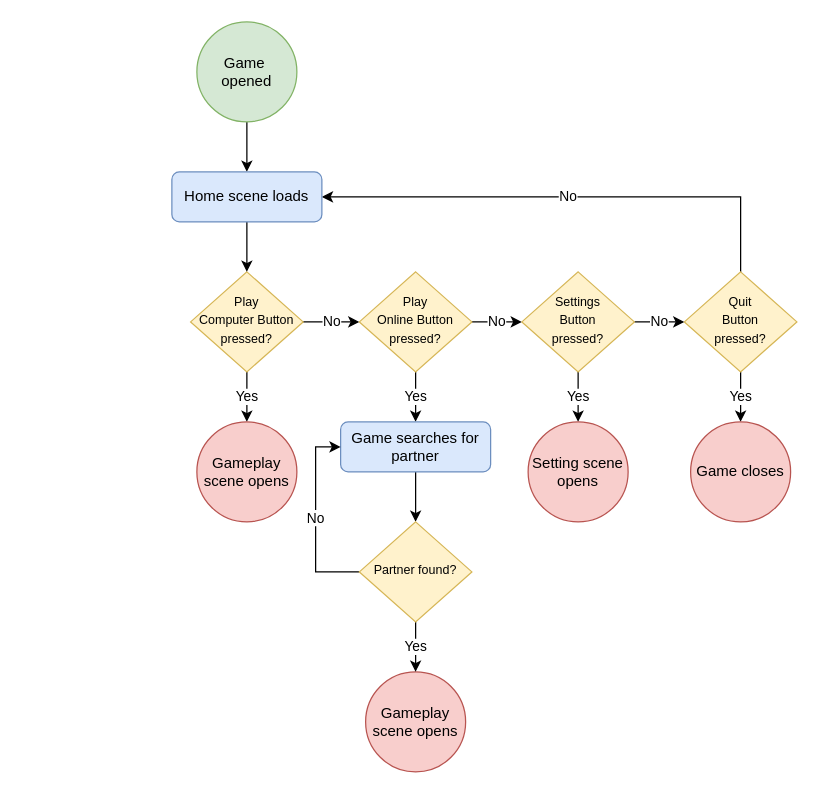
The draw.io diagram HomeScene.drawio in zkturman/TiltaPong, before the edit. Source tidied: cells renumbered, new cells numbered last; positions are measured from the earlier drawing's top-left corner, leaving out a move shared by most shapes. Both pictures are drawn from the tidied source at 125%, with x=0, y=0 at pixel (171, 21).
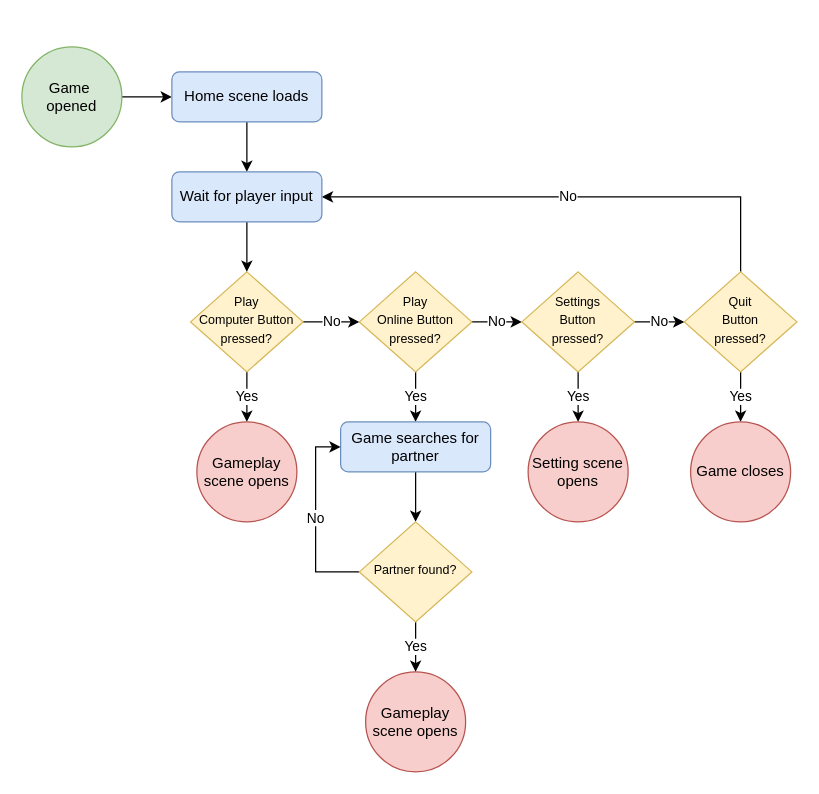
After the change.

The change refers to these unchanged cells:
```xml
<mxCell id="4" value="&lt;font style=&quot;font-size: 10px&quot;&gt;Play &lt;br&gt;Computer Button pressed?&lt;/font&gt;" style="rhombus;whiteSpace=wrap;html=1;shadow=0;fontFamily=Helvetica;fontSize=12;align=center;strokeWidth=1;spacing=6;spacingTop=-4;fillColor=#fff2cc;strokeColor=#d6b656;" parent="1" vertex="1">
  <mxGeometry x="15" y="200" width="90" height="80" as="geometry" />
</mxCell>
<mxCell id="15" value="&lt;font style=&quot;font-size: 10px&quot;&gt;Quit&lt;br&gt;Button &lt;br&gt;pressed?&lt;/font&gt;" style="rhombus;whiteSpace=wrap;html=1;shadow=0;fontFamily=Helvetica;fontSize=12;align=center;strokeWidth=1;spacing=6;spacingTop=-4;fillColor=#fff2cc;strokeColor=#d6b656;" parent="1" vertex="1">
  <mxGeometry x="410" y="200" width="90" height="80" as="geometry" />
</mxCell>
```

Diff of the diagram source:
```diff
@@
-    <mxCell id="5" style="edgeStyle=orthogonalEdgeStyle;rounded=0;jettySize=auto;html=1;exitX=0.5;exitY=1;exitDx=0;exitDy=0;" parent="1" edge="1" source="6" target="17">
+    <mxCell id="5" style="edgeStyle=orthogonalEdgeStyle;rounded=0;jettySize=auto;html=1;exitX=1;exitY=0.5;exitDx=0;exitDy=0;" parent="1" edge="1" source="6" target="17">
       <mxGeometry relative="1" as="geometry" />
     </mxCell>
     <mxCell id="6" value="Game&amp;nbsp;&lt;br&gt;opened" style="ellipse;whiteSpace=wrap;html=1;fillColor=#d5e8d4;strokeColor=#82b366;" parent="1" vertex="1">
-      <mxGeometry x="20" width="80" height="80" as="geometry" />
+      <mxGeometry x="-120" y="20" width="80" height="80" as="geometry" />
     </mxCell>
@@
-    <mxCell id="13" value="No" style="edgeStyle=orthogonalEdgeStyle;rounded=0;jettySize=auto;html=1;exitX=0.5;exitY=0;exitDx=0;exitDy=0;entryX=1;entryY=0.5;entryDx=0;entryDy=0;" parent="1" edge="1" source="15" target="17">
+    <mxCell id="13" value="No" style="edgeStyle=orthogonalEdgeStyle;rounded=0;jettySize=auto;html=1;exitX=0.5;exitY=0;exitDx=0;exitDy=0;entryX=1;entryY=0.5;entryDx=0;entryDy=0;" parent="1" edge="1" source="15" target="29">
       <mxGeometry relative="1" as="geometry" />
     </mxCell>
@@
-    <mxCell id="16" style="edgeStyle=orthogonalEdgeStyle;rounded=0;jettySize=auto;html=1;exitX=0.5;exitY=1;exitDx=0;exitDy=0;entryX=0.5;entryY=0;entryDx=0;entryDy=0;" parent="1" edge="1" source="17" target="4">
-      <mxGeometry relative="1" as="geometry" />
-    </mxCell>
+    <mxCell id="27" style="edgeStyle=orthogonalEdgeStyle;rounded=0;jettySize=auto;html=1;exitX=0.5;exitY=1;exitDx=0;exitDy=0;" parent="1" edge="1" source="17" target="29">
+      <mxGeometry relative="1" as="geometry" />
+    </mxCell>
     <mxCell id="17" value="Home scene loads" style="rounded=1;whiteSpace=wrap;html=1;fillColor=#dae8fc;strokeColor=#6c8ebf;" parent="1" vertex="1">
-      <mxGeometry y="120" width="120" height="40" as="geometry" />
+      <mxGeometry y="40" width="120" height="40" as="geometry" />
     </mxCell>
@@
+    <mxCell id="28" style="edgeStyle=orthogonalEdgeStyle;rounded=0;jettySize=auto;html=1;exitX=0.5;exitY=1;exitDx=0;exitDy=0;entryX=0.5;entryY=0;entryDx=0;entryDy=0;" parent="1" edge="1" source="29" target="4">
+      <mxGeometry relative="1" as="geometry" />
+    </mxCell>
+    <mxCell id="29" value="Wait for player input" style="rounded=1;whiteSpace=wrap;html=1;fillColor=#dae8fc;strokeColor=#6c8ebf;" parent="1" vertex="1">
+      <mxGeometry y="120" width="120" height="40" as="geometry" />
+    </mxCell>
```
